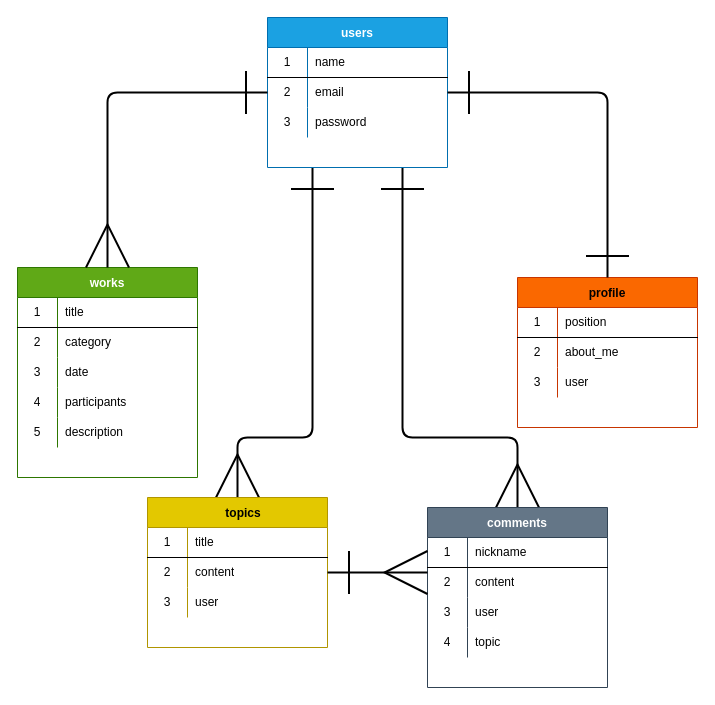
Above: design.dio in umetoyama/orghp_ex01 (draw.io), before the change. Source tidied: cells renumbered, new cells numbered last; positions are measured from the earlier drawing's top-left corner, leaving out a move shared by most shapes. Both pictures are drawn from the tidied source at 100%, with x=0, y=0 at pixel (17, 17).
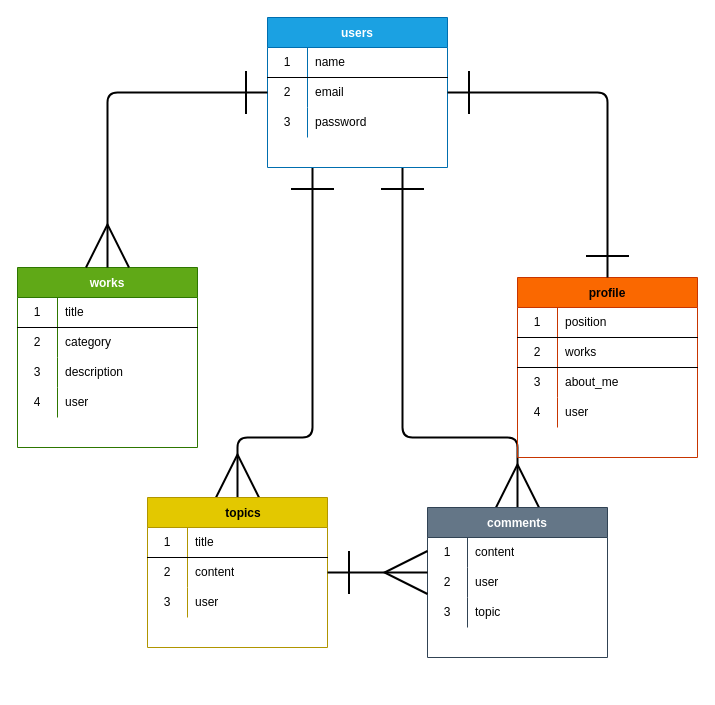
Above is the later version.

Commit message (it also covers changes not shown here):
画面遷移図、データベース設計記述ファイル修正

Diff of the diagram source:
```diff
@@
     <mxCell id="14" value="comments" style="shape=table;startSize=30;childLayout=tableLayout;rowLines=0;fontStyle=1;align=center;fillColor=#647687;fontColor=#ffffff;strokeColor=#314354;" parent="1" vertex="1">
-      <mxGeometry x="410" y="490" width="180" height="180" as="geometry" />
+      <mxGeometry x="410" y="490" width="180" height="150" as="geometry" />
     </mxCell>
-    <mxCell id="15" style="shape=partialRectangle;html=1;whiteSpace=wrap;fillColor=none;top=0;left=0;bottom=1;right=0;" parent="14" vertex="1">
-      <mxGeometry y="30" width="180" height="30" as="geometry" />
-    </mxCell>
-    <mxCell id="16" value="1" style="shape=partialRectangle;html=1;whiteSpace=wrap;fillColor=none;top=0;left=0;bottom=0;right=0;overflow=hidden;" parent="15" vertex="1">
-      <mxGeometry width="40" height="30" as="geometry" />
-    </mxCell>
-    <mxCell id="17" value="nickname" style="shape=partialRectangle;html=1;whiteSpace=wrap;fillColor=none;top=0;left=0;bottom=0;right=0;align=left;spacingLeft=6;overflow=hidden;" parent="15" vertex="1">
-      <mxGeometry x="40" width="140" height="30" as="geometry" />
-    </mxCell>
     <mxCell id="18" style="shape=partialRectangle;html=1;whiteSpace=wrap;fillColor=none;top=0;left=0;bottom=0;right=0;" parent="14" vertex="1">
-      <mxGeometry y="60" width="180" height="30" as="geometry" />
+      <mxGeometry y="30" width="180" height="30" as="geometry" />
     </mxCell>
-    <mxCell id="19" value="2" style="shape=partialRectangle;html=1;whiteSpace=wrap;fillColor=none;top=0;left=0;bottom=0;right=0;overflow=hidden;" parent="18" vertex="1">
+    <mxCell id="19" value="1" style="shape=partialRectangle;html=1;whiteSpace=wrap;fillColor=none;top=0;left=0;bottom=0;right=0;overflow=hidden;" parent="18" vertex="1">
       <mxGeometry width="40" height="30" as="geometry" />
     </mxCell>
@@
     <mxCell id="21" style="shape=partialRectangle;html=1;whiteSpace=wrap;fillColor=none;top=0;left=0;bottom=0;right=0;" parent="14" vertex="1">
-      <mxGeometry y="90" width="180" height="30" as="geometry" />
+      <mxGeometry y="60" width="180" height="30" as="geometry" />
     </mxCell>
-    <mxCell id="22" value="3" style="shape=partialRectangle;html=1;whiteSpace=wrap;fillColor=none;top=0;left=0;bottom=0;right=0;overflow=hidden;" parent="21" vertex="1">
+    <mxCell id="22" value="2" style="shape=partialRectangle;html=1;whiteSpace=wrap;fillColor=none;top=0;left=0;bottom=0;right=0;overflow=hidden;" parent="21" vertex="1">
       <mxGeometry width="40" height="30" as="geometry" />
     </mxCell>
@@
     <mxCell id="24" style="shape=partialRectangle;html=1;whiteSpace=wrap;fillColor=none;top=0;left=0;bottom=0;right=0;" parent="14" vertex="1">
-      <mxGeometry y="120" width="180" height="30" as="geometry" />
+      <mxGeometry y="90" width="180" height="30" as="geometry" />
     </mxCell>
-    <mxCell id="25" value="4" style="shape=partialRectangle;html=1;whiteSpace=wrap;fillColor=none;top=0;left=0;bottom=0;right=0;overflow=hidden;" parent="24" vertex="1">
+    <mxCell id="25" value="3" style="shape=partialRectangle;html=1;whiteSpace=wrap;fillColor=none;top=0;left=0;bottom=0;right=0;overflow=hidden;" parent="24" vertex="1">
       <mxGeometry width="40" height="30" as="geometry" />
     </mxCell>
@@
     <mxCell id="27" value="works" style="shape=table;startSize=30;childLayout=tableLayout;rowLines=0;fontStyle=1;align=center;fillColor=#60a917;fontColor=#ffffff;strokeColor=#2D7600;" parent="1" vertex="1">
-      <mxGeometry y="250" width="180" height="210" as="geometry" />
+      <mxGeometry y="250" width="180" height="180" as="geometry" />
     </mxCell>
@@
-    <mxCell id="34" style="shape=partialRectangle;html=1;whiteSpace=wrap;fillColor=none;top=0;left=0;bottom=0;right=0;" parent="27" vertex="1">
-      <mxGeometry y="90" width="180" height="30" as="geometry" />
-    </mxCell>
-    <mxCell id="35" value="3" style="shape=partialRectangle;html=1;whiteSpace=wrap;fillColor=none;top=0;left=0;bottom=0;right=0;overflow=hidden;" parent="34" vertex="1">
-      <mxGeometry width="40" height="30" as="geometry" />
-    </mxCell>
-    <mxCell id="36" value="date" style="shape=partialRectangle;html=1;whiteSpace=wrap;fillColor=none;top=0;left=0;bottom=0;right=0;align=left;spacingLeft=6;overflow=hidden;" parent="34" vertex="1">
-      <mxGeometry x="40" width="140" height="30" as="geometry" />
-    </mxCell>
-    <mxCell id="37" style="shape=partialRectangle;html=1;whiteSpace=wrap;fillColor=none;top=0;left=0;bottom=0;right=0;" parent="27" vertex="1">
-      <mxGeometry y="120" width="180" height="30" as="geometry" />
-    </mxCell>
-    <mxCell id="38" value="4" style="shape=partialRectangle;html=1;whiteSpace=wrap;fillColor=none;top=0;left=0;bottom=0;right=0;overflow=hidden;" parent="37" vertex="1">
-      <mxGeometry width="40" height="30" as="geometry" />
-    </mxCell>
-    <mxCell id="39" value="participants" style="shape=partialRectangle;html=1;whiteSpace=wrap;fillColor=none;top=0;left=0;bottom=0;right=0;align=left;spacingLeft=6;overflow=hidden;" parent="37" vertex="1">
-      <mxGeometry x="40" width="140" height="30" as="geometry" />
-    </mxCell>
     <mxCell id="40" style="shape=partialRectangle;html=1;whiteSpace=wrap;fillColor=none;top=0;left=0;bottom=0;right=0;" parent="27" vertex="1">
-      <mxGeometry y="150" width="180" height="30" as="geometry" />
+      <mxGeometry y="90" width="180" height="30" as="geometry" />
     </mxCell>
-    <mxCell id="41" value="5" style="shape=partialRectangle;html=1;whiteSpace=wrap;fillColor=none;top=0;left=0;bottom=0;right=0;overflow=hidden;" parent="40" vertex="1">
+    <mxCell id="41" value="3" style="shape=partialRectangle;html=1;whiteSpace=wrap;fillColor=none;top=0;left=0;bottom=0;right=0;overflow=hidden;" parent="40" vertex="1">
       <mxGeometry width="40" height="30" as="geometry" />
     </mxCell>
@@
+    <mxCell id="37" style="shape=partialRectangle;html=1;whiteSpace=wrap;fillColor=none;top=0;left=0;bottom=0;right=0;" parent="27" vertex="1">
+      <mxGeometry y="120" width="180" height="30" as="geometry" />
+    </mxCell>
+    <mxCell id="38" value="4" style="shape=partialRectangle;html=1;whiteSpace=wrap;fillColor=none;top=0;left=0;bottom=0;right=0;overflow=hidden;" parent="37" vertex="1">
+      <mxGeometry width="40" height="30" as="geometry" />
+    </mxCell>
+    <mxCell id="66" value="user" style="shape=partialRectangle;html=1;whiteSpace=wrap;fillColor=none;top=0;left=0;bottom=0;right=0;align=left;spacingLeft=6;overflow=hidden;" parent="37" vertex="1">
+      <mxGeometry x="40" width="140" height="30" as="geometry" />
+    </mxCell>
@@
     <mxCell id="53" value="profile" style="shape=table;startSize=30;childLayout=tableLayout;rowLines=0;fontStyle=1;align=center;fillColor=#fa6800;fontColor=#000000;strokeColor=#C73500;" parent="1" vertex="1">
-      <mxGeometry x="500" y="260" width="180" height="150" as="geometry" />
+      <mxGeometry x="500" y="260" width="180" height="180" as="geometry" />
     </mxCell>
@@
+    <mxCell id="67" style="shape=partialRectangle;html=1;whiteSpace=wrap;fillColor=none;top=0;left=0;bottom=1;right=0;" parent="53" vertex="1">
+      <mxGeometry y="60" width="180" height="30" as="geometry" />
+    </mxCell>
+    <mxCell id="68" value="2" style="shape=partialRectangle;html=1;whiteSpace=wrap;fillColor=none;top=0;left=0;bottom=0;right=0;overflow=hidden;" parent="67" vertex="1">
+      <mxGeometry width="40" height="30" as="geometry" />
+    </mxCell>
+    <mxCell id="69" value="works" style="shape=partialRectangle;html=1;whiteSpace=wrap;fillColor=none;top=0;left=0;bottom=0;right=0;align=left;spacingLeft=6;overflow=hidden;" parent="67" vertex="1">
+      <mxGeometry x="40" width="140" height="30" as="geometry" />
+    </mxCell>
     <mxCell id="57" style="shape=partialRectangle;html=1;whiteSpace=wrap;fillColor=none;top=0;left=0;bottom=0;right=0;" parent="53" vertex="1">
-      <mxGeometry y="60" width="180" height="30" as="geometry" />
+      <mxGeometry y="90" width="180" height="30" as="geometry" />
     </mxCell>
-    <mxCell id="58" value="2" style="shape=partialRectangle;html=1;whiteSpace=wrap;fillColor=none;top=0;left=0;bottom=0;right=0;overflow=hidden;" parent="57" vertex="1">
+    <mxCell id="58" value="3" style="shape=partialRectangle;html=1;whiteSpace=wrap;fillColor=none;top=0;left=0;bottom=0;right=0;overflow=hidden;" parent="57" vertex="1">
       <mxGeometry width="40" height="30" as="geometry" />
     </mxCell>
@@
     <mxCell id="60" style="shape=partialRectangle;html=1;whiteSpace=wrap;fillColor=none;top=0;left=0;bottom=0;right=0;" parent="53" vertex="1">
-      <mxGeometry y="90" width="180" height="30" as="geometry" />
+      <mxGeometry y="120" width="180" height="30" as="geometry" />
     </mxCell>
-    <mxCell id="61" value="3" style="shape=partialRectangle;html=1;whiteSpace=wrap;fillColor=none;top=0;left=0;bottom=0;right=0;overflow=hidden;" parent="60" vertex="1">
+    <mxCell id="61" value="4" style="shape=partialRectangle;html=1;whiteSpace=wrap;fillColor=none;top=0;left=0;bottom=0;right=0;overflow=hidden;" parent="60" vertex="1">
       <mxGeometry width="40" height="30" as="geometry" />
     </mxCell>
```
